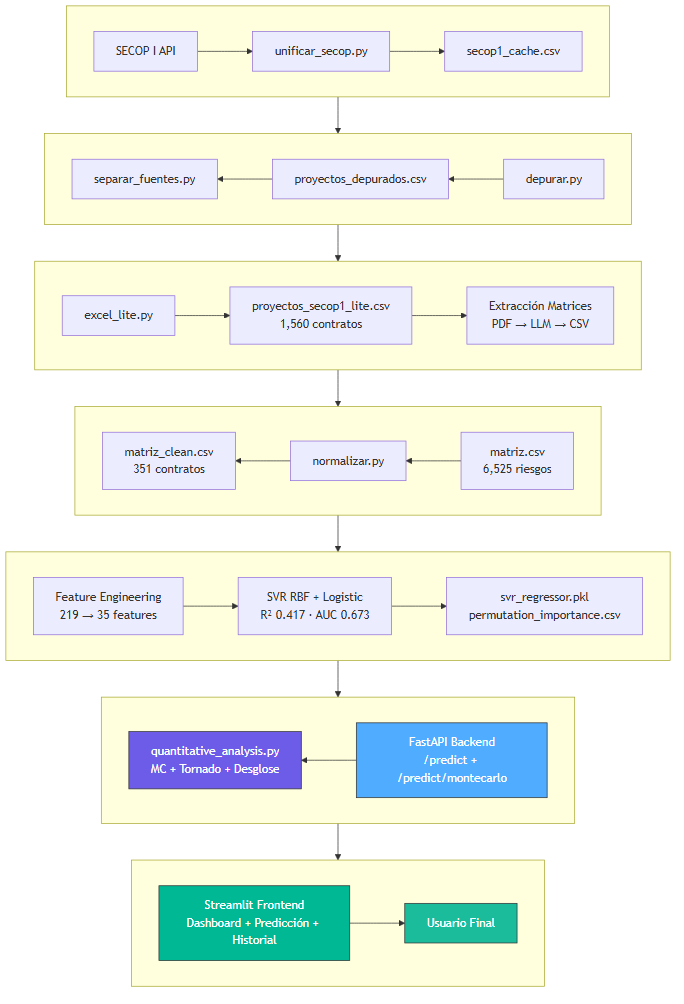
Before: docs/diagrams/8_7_pipeline_completo_snake.png, a diagram exported from Mermaid (sanan1297/risk_project). Its source is kept beside it as docs/diagrams/8_7_pipeline_completo_snake.mmd. The source it was exported from:
```mermaid
graph TB
    subgraph R1[" "]
        direction LR
        A[SECOP I API] --> B[unificar_secop.py] --> C[secop1_cache.csv]
    end
    C --> D[depurar.py]
    subgraph R2[" "]
        direction RL
        D --> E[proyectos_depurados.csv] --> F[separar_fuentes.py]
    end
    F --> G[excel_lite.py]
    subgraph R3[" "]
        direction LR
        G --> H[proyectos_secop1_lite.csv<br/>1,560 contratos] --> I[Extracción Matrices<br/>PDF → LLM → CSV]
    end
    I --> J[matriz.csv<br/>6,525 riesgos]
    subgraph R4[" "]
        direction RL
        J --> K[normalizar.py] --> L[matriz_clean.csv<br/>351 contratos]
    end
    L --> M[Feature Engineering<br/>219 → 35 features]
    subgraph R5[" "]
        direction LR
        M --> N[SVR RBF + Logistic<br/>R² CV 0.068 · AUC 0.673] --> O[svr_regressor.pkl<br/>permutation_importance.csv]
    end
    O --> P[FastAPI Backend<br/>/predict + /predict/montecarlo]
    subgraph R6[" "]
        direction RL
        P --> Q[quantitative_analysis.py<br/>MC + Tornado + Desglose]
    end
    Q --> R[Streamlit Frontend<br/>Dashboard + Predicción + Historial]
    subgraph R7[" "]
        direction LR
        R --> S[Usuario Final]
    end

    style P fill:#4facfe,stroke:#333,color:white
    style Q fill:#6C5CE7,stroke:#333,color:white
    style R fill:#00B894,stroke:#333,color:white
    style S fill:#1ABC9C,stroke:#333,color:white
```
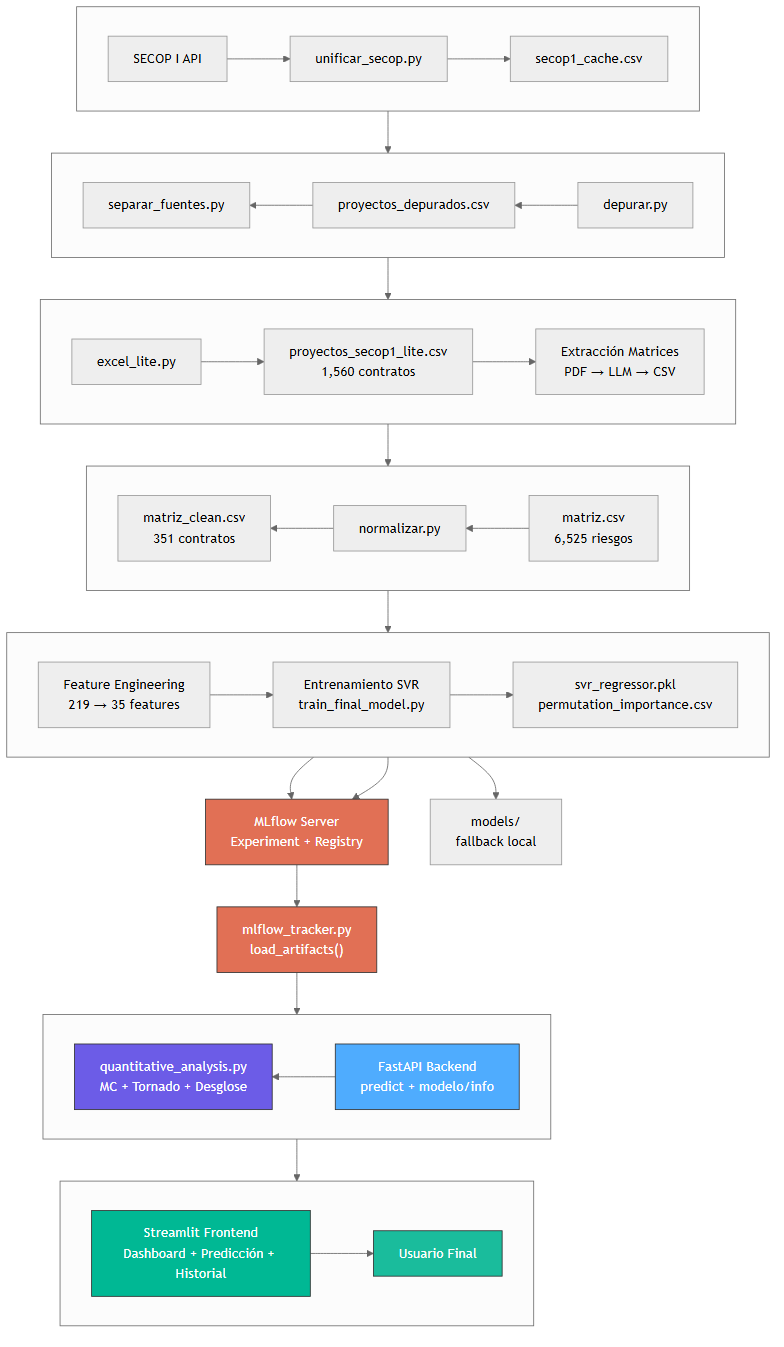
After the commit.

Change to the diagram source:
```diff
@@ -21,20 +21,26 @@
     L --> M[Feature Engineering<br/>219 → 35 features]
     subgraph R5[" "]
         direction LR
-        M --> N[SVR RBF + Logistic<br/>R² CV 0.068 · AUC 0.673] --> O[svr_regressor.pkl<br/>permutation_importance.csv]
+        M --> N[Entrenamiento SVR<br/>train_final_model.py] --> O[svr_regressor.pkl<br/>permutation_importance.csv]
     end
-    O --> P[FastAPI Backend<br/>/predict + /predict/montecarlo]
+    O --> P[MLflow Server<br/>Experiment + Registry]
+    N --> P
+    P --> Q["mlflow_tracker.py<br/>load_artifacts()"]
+    Q --> R[FastAPI Backend<br/>predict + modelo/info]
+    O --> S[models/<br/>fallback local]
     subgraph R6[" "]
         direction RL
-        P --> Q[quantitative_analysis.py<br/>MC + Tornado + Desglose]
+        R --> T["quantitative_analysis.py<br/>MC + Tornado + Desglose"]
     end
-    Q --> R[Streamlit Frontend<br/>Dashboard + Predicción + Historial]
+    T --> U[Streamlit Frontend<br/>Dashboard + Predicción + Historial]
     subgraph R7[" "]
         direction LR
-        R --> S[Usuario Final]
+        U --> V[Usuario Final]
     end
 
-    style P fill:#4facfe,stroke:#333,color:white
-    style Q fill:#6C5CE7,stroke:#333,color:white
-    style R fill:#00B894,stroke:#333,color:white
-    style S fill:#1ABC9C,stroke:#333,color:white
+    style P fill:#E17055,stroke:#333,color:white
+    style Q fill:#E17055,stroke:#333,color:white
+    style R fill:#4facfe,stroke:#333,color:white
+    style T fill:#6C5CE7,stroke:#333,color:white
+    style U fill:#00B894,stroke:#333,color:white
+    style V fill:#1ABC9C,stroke:#333,color:white
```
